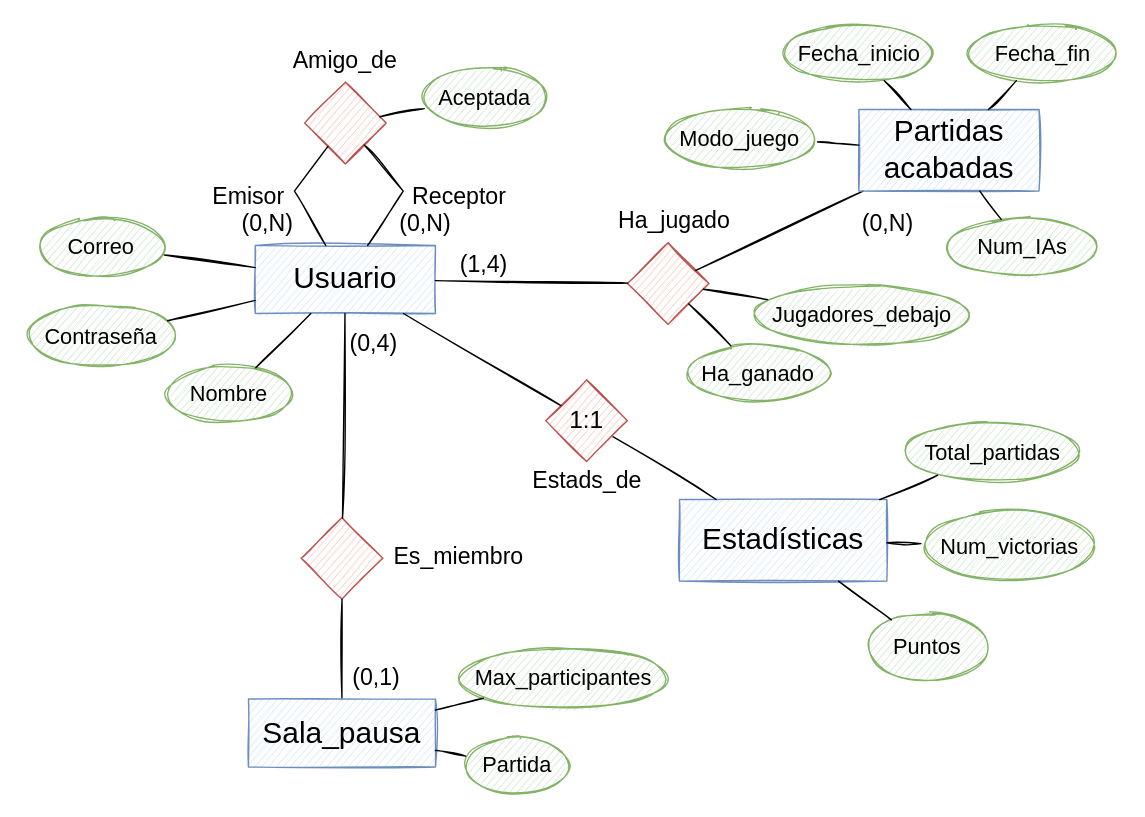
Before: page "Esquema E/R" (1 of 3) of Diseño BD/BD.drawio in UNIZAR-30226-2022-05/Backend, a draw.io diagram. Source tidied: cells renumbered, new cells numbered last; positions are measured from the earlier drawing's top-left corner, leaving out a move shared by most shapes. Both pictures are drawn from the tidied source at 136%, with x=0, y=0 at pixel (23, 24).
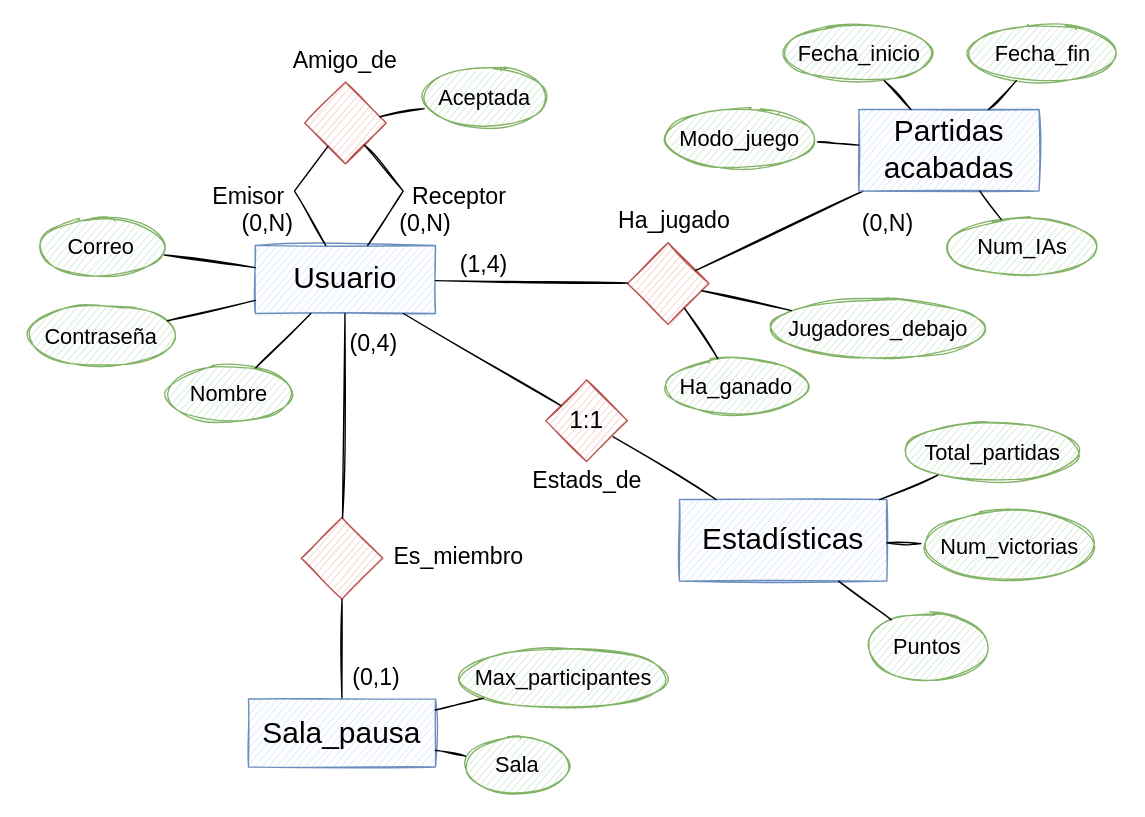
The same diagram, later.

What changed in the source:
```diff
@@
     <mxCell id="36" value="Jugadores_debajo" style="ellipse;whiteSpace=wrap;html=1;shadow=0;glass=0;fontSize=16;fillColor=#d5e8d4;strokeColor=#82b366;sketch=1;" parent="1" vertex="1">
-      <mxGeometry x="534" y="192" width="165" height="42.5" as="geometry" />
+      <mxGeometry x="545.9" y="202" width="165" height="42.5" as="geometry" />
     </mxCell>
@@
-    <mxCell id="43" value="Partida" style="ellipse;whiteSpace=wrap;html=1;shadow=0;glass=0;fontSize=16;fillColor=#d5e8d4;strokeColor=#82b366;sketch=1;" parent="1" vertex="1">
+    <mxCell id="43" value="Sala" style="ellipse;whiteSpace=wrap;html=1;shadow=0;glass=0;fontSize=16;fillColor=#d5e8d4;strokeColor=#82b366;sketch=1;" parent="1" vertex="1">
       <mxGeometry x="322.8" y="523" width="80" height="42.5" as="geometry" />
     </mxCell>
@@
     <mxCell id="58" value="Ha_ganado" style="ellipse;whiteSpace=wrap;html=1;shadow=0;glass=0;fontSize=16;fillColor=#d5e8d4;strokeColor=#82b366;sketch=1;" parent="1" vertex="1">
-      <mxGeometry x="485.2" y="234.5" width="110" height="42.5" as="geometry" />
+      <mxGeometry x="469" y="244.5" width="110" height="42.5" as="geometry" />
     </mxCell>
```
